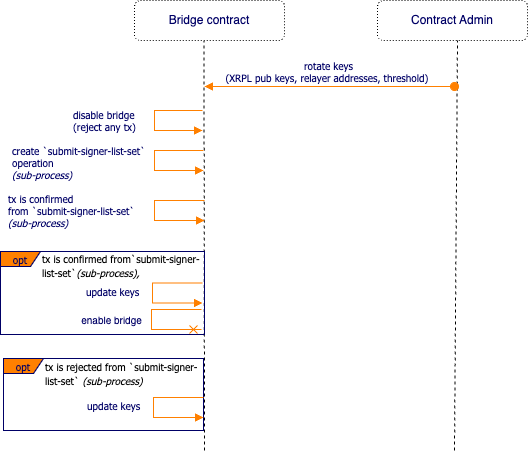
The draw.io diagram spec/img/rotate-keys.png in CoreumFoundation/coreumbridge-xrpl, before a commit. Source tidied: cells renumbered, new cells last; positions are measured from the earlier drawing's top-left corner, leaving out a move shared by most shapes.
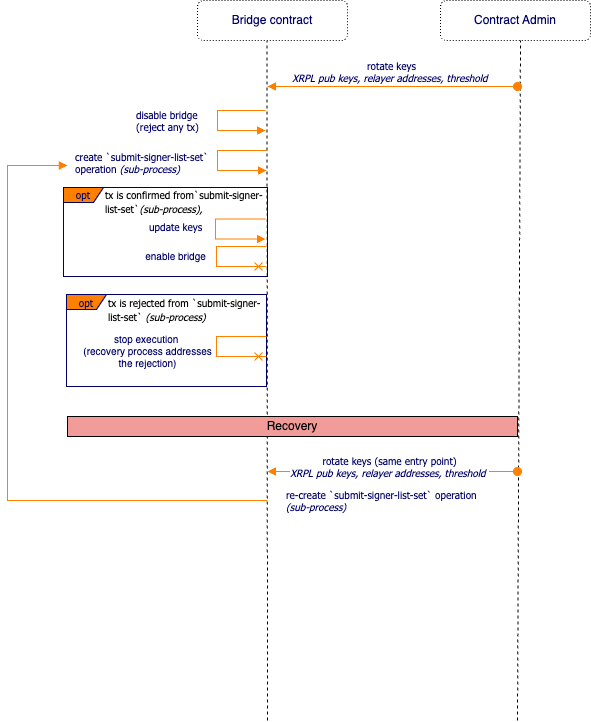
Above is the later version.

Commit message:
Add recovery for the workflows.

Change to the diagram source:
```diff
@@ -3,70 +3,60 @@
     <mxCell id="0" />
     <mxCell id="1" parent="0" />
     <mxCell id="2" value="Bridge contract" style="rounded=1;whiteSpace=wrap;html=1;fillColor=none;dashed=1;fontColor=#000066;dashPattern=1 2;" parent="1" vertex="1">
-      <mxGeometry x="134" width="150" height="40" as="geometry" />
+      <mxGeometry x="134" y="64" width="150" height="40" as="geometry" />
     </mxCell>
     <mxCell id="3" value="&lt;div style=&quot;text-align: center&quot;&gt;&lt;/div&gt;" style="text;html=1;align=center;verticalAlign=top;spacingTop=-4;fontSize=14;fontFamily=Tahoma;fontColor=#000066;" parent="1" vertex="1">
-      <mxGeometry x="124" y="10" width="20" height="10" as="geometry" />
+      <mxGeometry x="124" y="74" width="20" height="10" as="geometry" />
     </mxCell>
     <mxCell id="4" style="endArrow=none;dashed=1;html=1;rounded=0;" parent="1" edge="1">
       <mxGeometry relative="1" as="geometry">
-        <mxPoint x="204" y="450" as="sourcePoint" />
-        <mxPoint x="203.5" y="40" as="targetPoint" />
+        <mxPoint x="204" y="784" as="sourcePoint" />
+        <mxPoint x="203.5" y="104" as="targetPoint" />
       </mxGeometry>
     </mxCell>
     <mxCell id="5" style="endArrow=none;dashed=1;html=1;rounded=0;" parent="1" edge="1">
       <mxGeometry relative="1" as="geometry">
-        <mxPoint x="454" y="450" as="sourcePoint" />
-        <mxPoint x="457" y="40" as="targetPoint" />
+        <mxPoint x="454" y="784" as="sourcePoint" />
+        <mxPoint x="457" y="104" as="targetPoint" />
       </mxGeometry>
     </mxCell>
     <mxCell id="6" value="Contract Admin" style="rounded=1;whiteSpace=wrap;html=1;fillColor=none;dashed=1;fontColor=#000066;dashPattern=1 2;" parent="1" vertex="1">
-      <mxGeometry x="377" width="150" height="40" as="geometry" />
+      <mxGeometry x="377" y="64" width="150" height="40" as="geometry" />
     </mxCell>
-    <mxCell id="7" value="rotate keys &lt;br&gt;(XRPL pub keys, relayer addresses, threshold)&amp;nbsp;" style="html=1;verticalAlign=bottom;startArrow=oval;startFill=1;endArrow=block;startSize=8;strokeColor=#FF8000;fontFamily=Tahoma;fontSize=10;fontColor=#000066;" parent="1" edge="1">
+    <mxCell id="7" value="rotate keys &lt;br&gt;&lt;i&gt;XRPL pub keys, relayer addresses, threshold&lt;/i&gt;&amp;nbsp;" style="html=1;verticalAlign=bottom;startArrow=oval;startFill=1;endArrow=block;startSize=8;strokeColor=#FF8000;fontFamily=Tahoma;fontSize=10;fontColor=#000066;" parent="1" edge="1">
       <mxGeometry x="0.01" relative="1" as="geometry">
-        <mxPoint x="454" y="86" as="sourcePoint" />
-        <mxPoint x="204" y="86" as="targetPoint" />
+        <mxPoint x="454" y="150" as="sourcePoint" />
+        <mxPoint x="204" y="150" as="targetPoint" />
       </mxGeometry>
     </mxCell>
     <mxCell id="8" value="&lt;span style=&quot;border-color: var(--border-color); text-align: center;&quot;&gt;disable bridge&lt;br&gt;(reject any tx)&lt;br&gt;&lt;/span&gt;" style="edgeStyle=orthogonalEdgeStyle;html=1;align=left;spacingLeft=2;endArrow=block;rounded=0;strokeColor=#FF8000;fontFamily=Tahoma;fontSize=10;fontColor=#000066;endFill=1;" parent="1" edge="1">
       <mxGeometry y="-85" relative="1" as="geometry">
-        <mxPoint x="202" y="110" as="sourcePoint" />
-        <mxPoint x="202" y="130" as="targetPoint" />
+        <mxPoint x="202" y="174" as="sourcePoint" />
+        <mxPoint x="202" y="194" as="targetPoint" />
         <Array as="points">
-          <mxPoint x="154" y="110" />
-          <mxPoint x="154" y="130" />
+          <mxPoint x="154" y="174" />
+          <mxPoint x="154" y="194" />
         </Array>
       </mxGeometry>
     </mxCell>
-    <mxCell id="9" value="tx is confirmed&lt;br&gt;from `submit-signer-list-set`&lt;br style=&quot;border-color: var(--border-color);&quot;&gt;&lt;span style=&quot;border-color: var(--border-color);&quot;&gt;&lt;i&gt;(sub-process)&lt;/i&gt;&lt;br&gt;&lt;/span&gt;" style="edgeStyle=orthogonalEdgeStyle;html=1;align=left;spacingLeft=2;endArrow=block;rounded=0;strokeColor=#FF8000;fontFamily=Tahoma;fontSize=10;fontColor=#000066;endFill=1;" parent="1" edge="1">
-      <mxGeometry y="-150" relative="1" as="geometry">
-        <mxPoint x="204" y="200" as="sourcePoint" />
-        <mxPoint x="204" y="220" as="targetPoint" />
-        <Array as="points">
-          <mxPoint x="154" y="200" />
-          <mxPoint x="154" y="220" />
-        </Array>
-      </mxGeometry>
-    </mxCell>
-    <mxCell id="10" value="&lt;span style=&quot;border-color: var(--border-color); text-align: center;&quot;&gt;create `submit-signer-list-set`&lt;br style=&quot;border-color: var(--border-color); text-align: left;&quot;&gt;&lt;span style=&quot;text-align: left;&quot;&gt;operation&amp;nbsp;&lt;/span&gt;&lt;br style=&quot;border-color: var(--border-color); text-align: left;&quot;&gt;&lt;i style=&quot;border-color: var(--border-color); text-align: left;&quot;&gt;(sub-process)&lt;/i&gt;&lt;br&gt;&lt;/span&gt;" style="edgeStyle=orthogonalEdgeStyle;html=1;align=left;spacingLeft=2;endArrow=block;rounded=0;strokeColor=#FF8000;fontFamily=Tahoma;fontSize=10;fontColor=#000066;endFill=1;" parent="1" edge="1">
+    <mxCell id="10" value="&lt;span style=&quot;border-color: var(--border-color); text-align: center;&quot;&gt;create `submit-signer-list-set`&lt;br style=&quot;border-color: var(--border-color); text-align: left;&quot;&gt;&lt;span style=&quot;text-align: left;&quot;&gt;operation&amp;nbsp;&lt;/span&gt;&lt;i style=&quot;border-color: var(--border-color); text-align: left;&quot;&gt;(sub-process)&lt;/i&gt;&lt;br&gt;&lt;/span&gt;" style="edgeStyle=orthogonalEdgeStyle;html=1;align=left;spacingLeft=2;endArrow=block;rounded=0;strokeColor=#FF8000;fontFamily=Tahoma;fontSize=10;fontColor=#000066;endFill=1;" parent="1" edge="1">
       <mxGeometry x="0.03" y="-146" relative="1" as="geometry">
-        <mxPoint x="203" y="150" as="sourcePoint" />
-        <mxPoint x="203" y="170" as="targetPoint" />
+        <mxPoint x="203" y="214" as="sourcePoint" />
+        <mxPoint x="203" y="234" as="targetPoint" />
         <Array as="points">
-          <mxPoint x="154" y="150" />
-          <mxPoint x="154" y="170" />
+          <mxPoint x="154" y="214" />
+          <mxPoint x="154" y="234" />
         </Array>
       </mxGeometry>
     </mxCell>
     <mxCell id="11" value="opt" style="shape=umlFrame;whiteSpace=wrap;html=1;strokeColor=#000066;fillColor=#FF8000;fontFamily=Tahoma;fontSize=10;fontColor=#000066;align=center;width=40;height=15;" parent="1" vertex="1">
-      <mxGeometry y="251" width="204" height="83" as="geometry" />
+      <mxGeometry y="251" width="204" height="89" as="geometry" />
     </mxCell>
     <mxCell id="12" value="&lt;span style=&quot;font-family: Tahoma; font-size: 10px; font-style: normal; font-variant-ligatures: normal; font-variant-caps: normal; font-weight: 400; letter-spacing: normal; orphans: 2; text-align: left; text-indent: 0px; text-transform: none; widows: 2; word-spacing: 0px; -webkit-text-stroke-width: 0px; background-color: rgb(255, 255, 255); text-decoration-thickness: initial; text-decoration-style: initial; text-decoration-color: initial; float: none; display: inline !important;&quot;&gt;tx is confirmed from&lt;/span&gt;&lt;span style=&quot;font-family: Tahoma; font-size: 10px; font-style: normal; font-variant-ligatures: normal; font-variant-caps: normal; font-weight: 400; letter-spacing: normal; orphans: 2; text-align: left; text-indent: 0px; text-transform: none; widows: 2; word-spacing: 0px; -webkit-text-stroke-width: 0px; background-color: rgb(255, 255, 255); text-decoration-thickness: initial; text-decoration-style: initial; text-decoration-color: initial; float: none; display: inline !important;&quot;&gt;`submit-signer-list-set`&lt;/span&gt;&lt;span style=&quot;border-color: var(--border-color); font-family: Tahoma; font-size: 10px; font-style: normal; font-variant-ligatures: normal; font-variant-caps: normal; font-weight: 400; letter-spacing: normal; orphans: 2; text-align: left; text-indent: 0px; text-transform: none; widows: 2; word-spacing: 0px; -webkit-text-stroke-width: 0px; text-decoration-thickness: initial; text-decoration-style: initial; text-decoration-color: initial;&quot;&gt;&lt;i style=&quot;border-color: var(--border-color);&quot;&gt;(sub-process),&amp;nbsp;&lt;/i&gt;&lt;/span&gt;" style="text;whiteSpace=wrap;html=1;fontColor=#000000;" parent="1" vertex="1">
       <mxGeometry x="40" y="245" width="175" height="36" as="geometry" />
     </mxCell>
     <mxCell id="13" value="opt" style="shape=umlFrame;whiteSpace=wrap;html=1;strokeColor=#000066;fillColor=#FF8000;fontFamily=Tahoma;fontSize=10;fontColor=#000066;align=center;width=40;height=15;" parent="1" vertex="1">
-      <mxGeometry x="3" y="358" width="200" height="72" as="geometry" />
+      <mxGeometry x="3" y="358" width="200" height="92" as="geometry" />
     </mxCell>
     <mxCell id="14" value="&lt;span style=&quot;border-color: var(--border-color);&quot;&gt;update keys&lt;br&gt;&lt;/span&gt;" style="edgeStyle=orthogonalEdgeStyle;html=1;align=left;spacingLeft=2;endArrow=block;rounded=0;strokeColor=#FF8000;fontFamily=Tahoma;fontSize=10;fontColor=#000066;endFill=1;" parent="1" edge="1">
       <mxGeometry x="-0.03" y="-70" relative="1" as="geometry">
@@ -80,31 +70,57 @@
     </mxCell>
     <mxCell id="15" value="&lt;div style=&quot;border-color: var(--border-color); font-family: Helvetica; text-align: center;&quot;&gt;&lt;/div&gt;" style="edgeStyle=orthogonalEdgeStyle;html=1;align=left;spacingLeft=2;endArrow=cross;rounded=0;strokeColor=#FF8000;fontFamily=Tahoma;fontSize=10;fontColor=#000066;endFill=0;" parent="1" edge="1">
       <mxGeometry x="-0.17" y="-130" relative="1" as="geometry">
-        <mxPoint x="201" y="309" as="sourcePoint" />
-        <mxPoint x="201" y="329" as="targetPoint" />
+        <mxPoint x="203" y="400" as="sourcePoint" />
+        <mxPoint x="203" y="420" as="targetPoint" />
         <Array as="points">
-          <mxPoint x="151" y="309" />
-          <mxPoint x="151" y="329" />
+          <mxPoint x="153" y="400" />
+          <mxPoint x="153" y="420" />
         </Array>
       </mxGeometry>
     </mxCell>
-    <mxCell id="16" value="&lt;div style=&quot;font-size: 10px;&quot;&gt;enable bridge&lt;br&gt;&lt;/div&gt;" style="edgeLabel;html=1;align=center;verticalAlign=middle;fontSize=10;fontColor=#000066;" parent="15" vertex="1">
+    <mxCell id="16" value="&lt;div style=&quot;font-size: 10px;&quot;&gt;&lt;div style=&quot;border-color: var(--border-color);&quot;&gt;stop execution&amp;nbsp;&lt;/div&gt;&lt;div style=&quot;border-color: var(--border-color);&quot;&gt;(recovery process addresses &lt;br&gt;the rejection)&lt;/div&gt;&lt;/div&gt;" style="edgeLabel;html=1;align=center;verticalAlign=middle;fontSize=10;fontColor=#000066;" parent="15" vertex="1">
       <mxGeometry x="-0.06" y="-4" relative="1" as="geometry">
-        <mxPoint x="-37" y="2" as="offset" />
+        <mxPoint x="-65" y="7" as="offset" />
       </mxGeometry>
     </mxCell>
     <mxCell id="17" value="&lt;span style=&quot;font-family: Tahoma; font-size: 10px; font-style: normal; font-variant-ligatures: normal; font-variant-caps: normal; font-weight: 400; letter-spacing: normal; orphans: 2; text-align: left; text-indent: 0px; text-transform: none; widows: 2; word-spacing: 0px; -webkit-text-stroke-width: 0px; background-color: rgb(255, 255, 255); text-decoration-thickness: initial; text-decoration-style: initial; text-decoration-color: initial; float: none; display: inline !important;&quot;&gt;tx is rejected from&amp;nbsp;&lt;/span&gt;&lt;span style=&quot;font-family: Tahoma; font-size: 10px; font-style: normal; font-variant-ligatures: normal; font-variant-caps: normal; font-weight: 400; letter-spacing: normal; orphans: 2; text-align: left; text-indent: 0px; text-transform: none; widows: 2; word-spacing: 0px; -webkit-text-stroke-width: 0px; background-color: rgb(255, 255, 255); text-decoration-thickness: initial; text-decoration-style: initial; text-decoration-color: initial; float: none; display: inline !important;&quot;&gt;`submit-signer-list-set`&amp;nbsp;&lt;/span&gt;&lt;span style=&quot;border-color: var(--border-color); font-family: Tahoma; font-size: 10px; font-style: normal; font-variant-ligatures: normal; font-variant-caps: normal; font-weight: 400; letter-spacing: normal; orphans: 2; text-align: left; text-indent: 0px; text-transform: none; widows: 2; word-spacing: 0px; -webkit-text-stroke-width: 0px; text-decoration-thickness: initial; text-decoration-style: initial; text-decoration-color: initial;&quot;&gt;&lt;i style=&quot;border-color: var(--border-color);&quot;&gt;(sub-process)&lt;/i&gt;&lt;/span&gt;" style="text;whiteSpace=wrap;html=1;fontColor=#000000;" parent="1" vertex="1">
       <mxGeometry x="43" y="353" width="160" height="38" as="geometry" />
     </mxCell>
-    <mxCell id="18" value="&lt;span style=&quot;border-color: var(--border-color);&quot;&gt;update keys&lt;br&gt;&lt;/span&gt;" style="edgeStyle=orthogonalEdgeStyle;html=1;align=left;spacingLeft=2;endArrow=block;rounded=0;strokeColor=#FF8000;fontFamily=Tahoma;fontSize=10;fontColor=#000066;endFill=1;" parent="1" edge="1">
-      <mxGeometry x="-0.03" y="-70" relative="1" as="geometry">
-        <mxPoint x="203" y="397" as="sourcePoint" />
-        <mxPoint x="203" y="417" as="targetPoint" />
-        <Array as="points">
-          <mxPoint x="153" y="397" />
-          <mxPoint x="153" y="417" />
-        </Array>
-      </mxGeometry>
-    </mxCell>
+    <mxCell id="19" value="&lt;div style=&quot;border-color: var(--border-color); font-family: Helvetica; text-align: center;&quot;&gt;&lt;/div&gt;" style="edgeStyle=orthogonalEdgeStyle;html=1;align=left;spacingLeft=2;endArrow=cross;rounded=0;strokeColor=#FF8000;fontFamily=Tahoma;fontSize=10;fontColor=#000066;endFill=0;" parent="1" edge="1">
+      <mxGeometry x="-0.17" y="-130" relative="1" as="geometry">
+        <mxPoint x="203" y="310" as="sourcePoint" />
+        <mxPoint x="203" y="330" as="targetPoint" />
+        <Array as="points">
+          <mxPoint x="153" y="310" />
+          <mxPoint x="153" y="330" />
+        </Array>
+      </mxGeometry>
+    </mxCell>
+    <mxCell id="20" value="&lt;div style=&quot;font-size: 10px;&quot;&gt;enable bridge&lt;br&gt;&lt;/div&gt;" style="edgeLabel;html=1;align=center;verticalAlign=middle;fontSize=10;fontColor=#000066;" parent="19" vertex="1">
+      <mxGeometry x="-0.06" y="-4" relative="1" as="geometry">
+        <mxPoint x="-37" y="2" as="offset" />
+      </mxGeometry>
+    </mxCell>
+    <mxCell id="21" value="Recovery" style="rounded=0;whiteSpace=wrap;html=1;fillColor=#F19C99;" parent="1" vertex="1">
+      <mxGeometry x="4" y="480" width="450" height="20" as="geometry" />
+    </mxCell>
+    <mxCell id="22" value="rotate keys (same entry point)&lt;br style=&quot;border-color: var(--border-color);&quot;&gt;&lt;i&gt;XRPL pub keys, relayer addresses, threshold&lt;/i&gt;&amp;nbsp;" style="html=1;verticalAlign=bottom;startArrow=oval;startFill=1;endArrow=block;startSize=8;strokeColor=#FF8000;fontFamily=Tahoma;fontSize=10;fontColor=#000066;" parent="1" edge="1">
+      <mxGeometry x="0.02" y="10" relative="1" as="geometry">
+        <mxPoint x="454" y="535" as="sourcePoint" />
+        <mxPoint x="204" y="535" as="targetPoint" />
+      </mxGeometry>
+    </mxCell>
+    <mxCell id="23" value="&lt;span style=&quot;border-color: var(--border-color); text-align: center;&quot;&gt;re-create `submit-signer-list-set`&amp;nbsp;&lt;span style=&quot;text-align: left;&quot;&gt;operation&lt;br&gt;&lt;/span&gt;&lt;i style=&quot;border-color: var(--border-color); text-align: left;&quot;&gt;(sub-process)&lt;/i&gt;&lt;br&gt;&lt;/span&gt;" style="edgeStyle=orthogonalEdgeStyle;html=1;align=left;spacingLeft=2;endArrow=block;rounded=0;strokeColor=#FF8000;fontFamily=Tahoma;fontSize=10;fontColor=#000066;endFill=1;" parent="1" edge="1">
+      <mxGeometry x="-0.99" y="-20" relative="1" as="geometry">
+        <mxPoint x="204" y="564" as="sourcePoint" />
+        <mxPoint x="4" y="229" as="targetPoint" />
+        <Array as="points">
+          <mxPoint x="204" y="564" />
+          <mxPoint x="-56" y="564" />
+          <mxPoint x="-56" y="229" />
+        </Array>
+        <mxPoint x="20" y="20" as="offset" />
+      </mxGeometry>
+    </mxCell>
   </root>
 </mxGraphModel>
```
